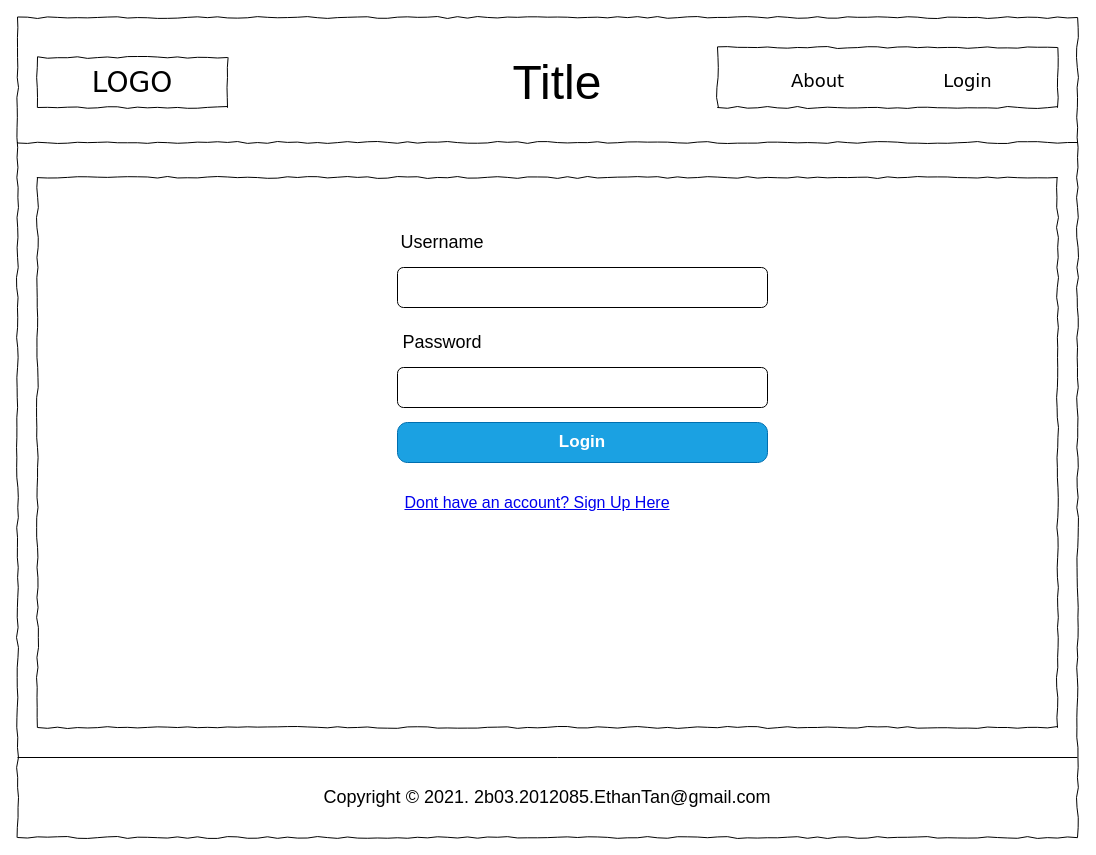
This is page "Login Page" (1 of 5) of doc/wireframe-for-site.drawio from ethanolx/SG-Resale-Housing-py, a draw.io file, before an edit. Source tidied: cells renumbered, new cells numbered last; positions are measured from the earlier drawing's top-left corner, leaving out a move shared by most shapes. Both pictures are drawn from the tidied source at 100%, with x=0, y=0 at pixel (17, 17).
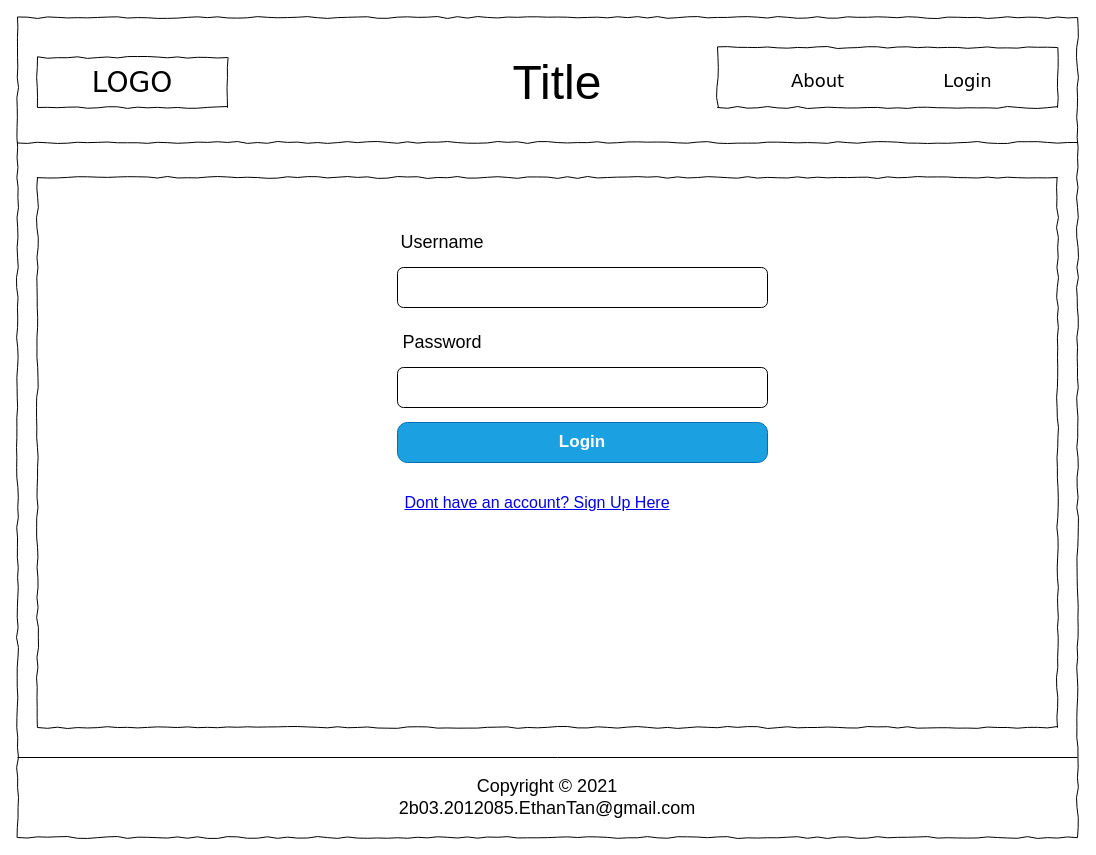
The same page after the edit.

Change to the diagram source:
```diff
@@
-    <mxCell id="11" value="&lt;font style=&quot;font-size: 18px&quot;&gt;Copyright&amp;nbsp;&lt;span style=&quot;font-family: &amp;#34;google sans&amp;#34; , &amp;#34;arial&amp;#34; , sans-serif ; text-align: left&quot;&gt;© 2021. 2b03.2012085.EthanTan@gmail.com&lt;/span&gt;&lt;/font&gt;" style="text;html=1;strokeColor=none;fillColor=none;align=center;verticalAlign=middle;whiteSpace=wrap;rounded=0;fontSize=18;" parent="1" vertex="1">
-      <mxGeometry x="260" y="750" width="540" height="60" as="geometry" />
-    </mxCell>
@@
+    <mxCell id="19" value="&lt;font style=&quot;font-size: 18px&quot;&gt;Copyright&amp;nbsp;&lt;span style=&quot;font-family: &amp;#34;google sans&amp;#34; , &amp;#34;arial&amp;#34; , sans-serif ; text-align: left&quot;&gt;© 2021 2b03.2012085.EthanTan@gmail.com&lt;/span&gt;&lt;/font&gt;" style="text;html=1;strokeColor=none;fillColor=none;align=center;verticalAlign=middle;whiteSpace=wrap;rounded=0;fontSize=18;" parent="1" vertex="1">
+      <mxGeometry x="380" y="750" width="300" height="60" as="geometry" />
+    </mxCell>
```
